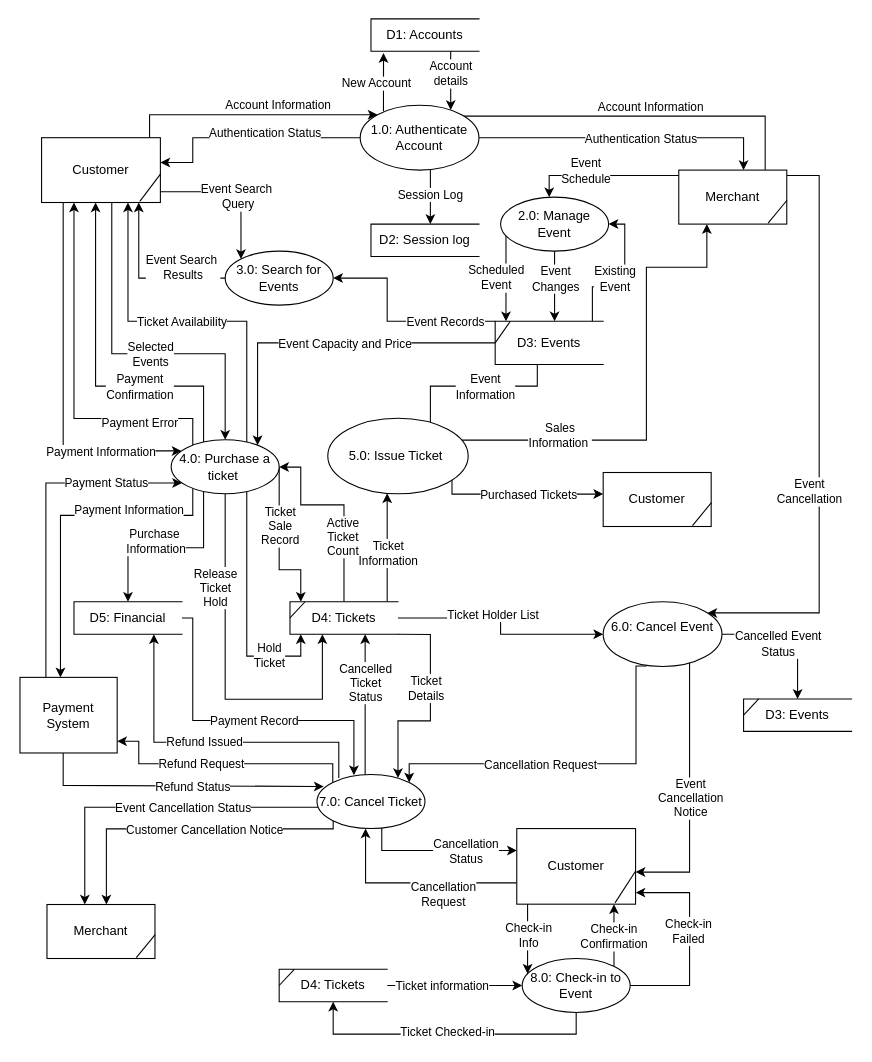
The draw.io diagram page "Level 1 Diagram" (2 of 10) of ITEC 630 DFD Ticket Mangement System .drawio in SteveWChang/UMGC-ITEC--630-Ticketing-System-Modeling-and-Analysis, before the edit. Source tidied: cells renumbered, new cells numbered last; positions are measured from the earlier drawing's top-left corner, leaving out a move shared by most shapes. Both pictures are drawn from the tidied source at 108%, with x=0, y=0 at pixel (19, 18).
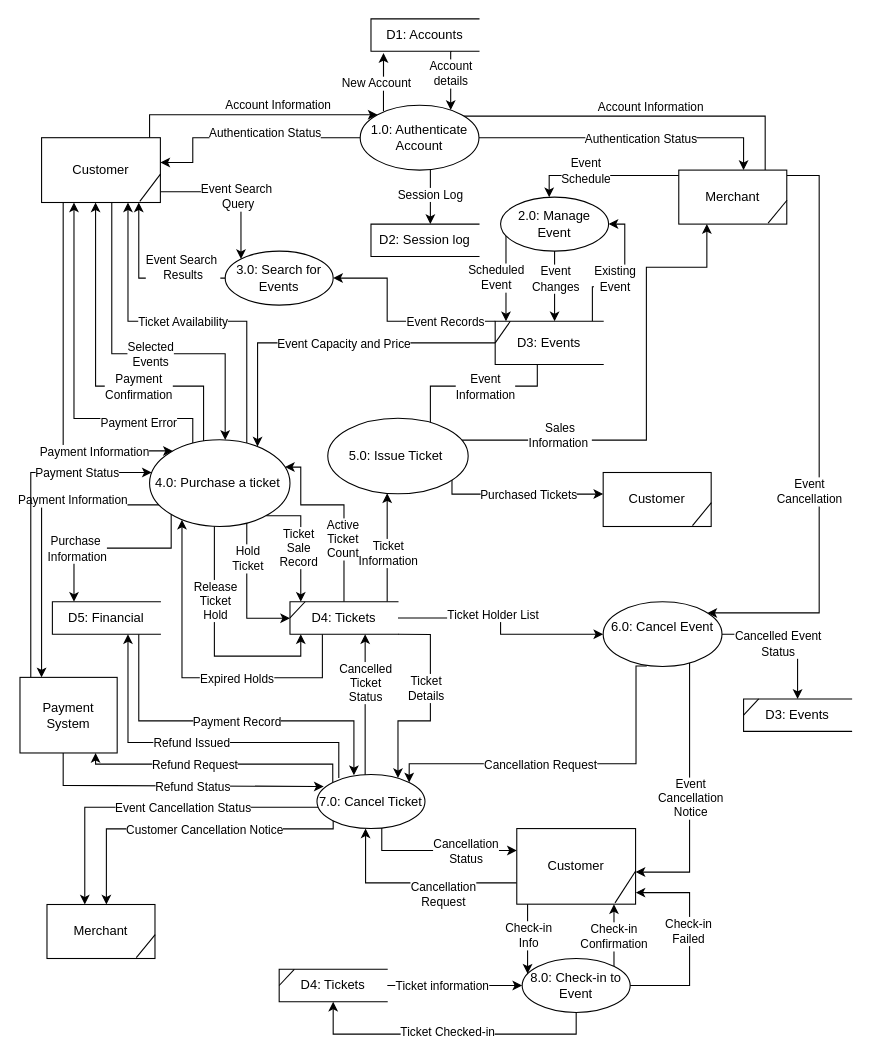
Above is the later version.

The change refers to these unchanged cells:
```xml
<mxCell id="42" value="Payment System" style="html=1;dashed=0;whiteSpace=wrap;" parent="1" vertex="1">
  <mxGeometry y="609.7" width="90" height="70" as="geometry" />
</mxCell>
<mxCell id="77" value="&lt;div&gt;7.0: Cancel Ticket&lt;/div&gt;" style="shape=ellipse;html=1;dashed=0;whiteSpace=wrap;perimeter=ellipsePerimeter;" parent="1" vertex="1">
  <mxGeometry x="275" y="699.7" width="100" height="50" as="geometry" />
</mxCell>
<mxCell id="131" value="D4: Tickets" style="html=1;dashed=0;whiteSpace=wrap;shape=partialRectangle;right=0;" parent="1" vertex="1">
  <mxGeometry x="250" y="539.7" width="100" height="30" as="geometry" />
</mxCell>
```

Diff of the diagram source:
```diff
@@
     <mxCell id="21" style="edgeStyle=orthogonalEdgeStyle;rounded=0;jettySize=auto;html=1;" parent="1" edge="1" source="33" target="45">
       <mxGeometry x="-0.67" relative="1" as="geometry">
         <Array as="points">
-          <mxPoint x="170" y="489.7" />
-          <mxPoint x="100" y="489.7" />
+          <mxPoint x="140" y="490" />
+          <mxPoint x="50" y="490" />
         </Array>
       </mxGeometry>
     </mxCell>
     <mxCell id="22" value="&lt;div&gt;Purchase&amp;nbsp;&lt;/div&gt;&lt;div&gt;Information&lt;/div&gt;" style="edgeLabel;html=1;align=center;verticalAlign=middle;" parent="21" vertex="1">
       <mxGeometry x="-0.44" y="2" relative="1" as="geometry">
-        <mxPoint x="-47" y="-2" as="offset" />
+        <mxPoint x="-71" y="-2" as="offset" />
       </mxGeometry>
     </mxCell>
     <mxCell id="23" style="edgeStyle=orthogonalEdgeStyle;rounded=0;jettySize=auto;html=1;strokeWidth=1;" parent="1" edge="1" source="33" target="42">
       <mxGeometry x="0.12" relative="1" as="geometry">
         <Array as="points">
-          <mxPoint x="160" y="459.7" />
-          <mxPoint x="37.5" y="459.7" />
+          <mxPoint x="150" y="450" />
+          <mxPoint x="20" y="450" />
         </Array>
       </mxGeometry>
     </mxCell>
@@
     <mxCell id="25" style="edgeStyle=orthogonalEdgeStyle;rounded=0;jettySize=auto;html=1;" parent="1" edge="1" source="33" target="131">
       <mxGeometry x="-0.61" relative="1" as="geometry">
         <Array as="points">
-          <mxPoint x="240" y="510" />
-          <mxPoint x="260" y="510" />
+          <mxPoint x="260" y="460" />
         </Array>
       </mxGeometry>
     </mxCell>
     <mxCell id="26" value="&lt;div&gt;Ticket&lt;/div&gt;&lt;div&gt;Sale&lt;/div&gt;&lt;div&gt;Record&lt;/div&gt;" style="edgeLabel;html=1;align=center;verticalAlign=middle;" parent="25" vertex="1">
       <mxGeometry x="-0.64" relative="1" as="geometry">
-        <mxPoint y="29" as="offset" />
+        <mxPoint x="10" y="29" as="offset" />
       </mxGeometry>
     </mxCell>
@@
     <mxCell id="29" style="edgeStyle=orthogonalEdgeStyle;rounded=0;jettySize=auto;html=1;" parent="1" edge="1" source="33" target="131">
       <mxGeometry relative="1" as="geometry">
         <Array as="points">
-          <mxPoint x="210" y="590" />
-          <mxPoint x="260" y="590" />
+          <mxPoint x="210" y="555" />
         </Array>
       </mxGeometry>
     </mxCell>
     <mxCell id="30" value="Hold&lt;div&gt;Ticket&lt;/div&gt;" style="edgeLabel;html=1;align=center;verticalAlign=middle;" parent="29" vertex="1">
       <mxGeometry x="-0.09" y="-1" relative="1" as="geometry">
-        <mxPoint x="21" y="51" as="offset" />
+        <mxPoint x="1" y="-25" as="offset" />
       </mxGeometry>
     </mxCell>
     <mxCell id="31" style="edgeStyle=orthogonalEdgeStyle;rounded=0;jettySize=auto;html=1;" parent="1" edge="1" source="33" target="131">
       <mxGeometry relative="1" as="geometry">
         <Array as="points">
-          <mxPoint x="190" y="630" />
-          <mxPoint x="280" y="630" />
+          <mxPoint x="180" y="590" />
+          <mxPoint x="260" y="590" />
         </Array>
       </mxGeometry>
     </mxCell>
     <mxCell id="32" value="Release&lt;div&gt;Ticket&lt;/div&gt;&lt;div&gt;Hold&lt;/div&gt;" style="edgeLabel;html=1;align=center;verticalAlign=middle;" parent="31" vertex="1">
       <mxGeometry x="-0.49" y="-2" relative="1" as="geometry">
-        <mxPoint x="-8" as="offset" />
+        <mxPoint x="2" y="13" as="offset" />
       </mxGeometry>
     </mxCell>
     <mxCell id="33" value="4.0: Purchase a ticket&amp;nbsp;" style="shape=ellipse;html=1;dashed=0;whiteSpace=wrap;perimeter=ellipsePerimeter;" parent="1" vertex="1">
-      <mxGeometry x="140" y="389.7" width="100" height="50" as="geometry" />
+      <mxGeometry x="120" y="389.7" width="130" height="80.3" as="geometry" />
     </mxCell>
@@
     <mxCell id="40" style="edgeStyle=orthogonalEdgeStyle;rounded=0;jettySize=auto;html=1;strokeWidth=1;" parent="1" edge="1" source="42" target="33">
       <mxGeometry x="0.04" relative="1" as="geometry">
         <Array as="points">
-          <mxPoint x="24" y="429.7" />
+          <mxPoint x="10" y="420" />
         </Array>
       </mxGeometry>
     </mxCell>
@@
     <mxCell id="43" style="edgeStyle=orthogonalEdgeStyle;rounded=0;jettySize=auto;html=1;entryX=0.342;entryY=0.011;entryDx=0;entryDy=0;entryPerimeter=0;" parent="1" edge="1" source="45" target="77">
       <mxGeometry x="-0.17" relative="1" as="geometry">
         <Array as="points">
-          <mxPoint x="160" y="649.7" />
-          <mxPoint x="309.2" y="649.7" />
+          <mxPoint x="110" y="650" />
+          <mxPoint x="309" y="650" />
         </Array>
       </mxGeometry>
     </mxCell>
@@
     <mxCell id="45" value="D5: Financial" style="html=1;dashed=0;whiteSpace=wrap;shape=partialRectangle;right=0;" parent="1" vertex="1">
-      <mxGeometry x="50" y="539.7" width="100" height="30" as="geometry" />
+      <mxGeometry x="30" y="539.7" width="100" height="30" as="geometry" />
     </mxCell>
@@
-    <mxCell id="69" style="edgeStyle=orthogonalEdgeStyle;rounded=0;jettySize=auto;html=1;entryX=1;entryY=0.846;entryDx=0;entryDy=0;exitX=0;exitY=0;exitDx=0;exitDy=0;entryPerimeter=0;" parent="1" edge="1" source="77" target="42">
+    <mxCell id="69" style="edgeStyle=orthogonalEdgeStyle;rounded=0;jettySize=auto;html=1;exitX=0;exitY=0;exitDx=0;exitDy=0;" parent="1" edge="1" source="77" target="42">
       <mxGeometry x="0.41" relative="1" as="geometry">
         <Array as="points">
-          <mxPoint x="289.6" y="689.7" />
-          <mxPoint x="110" y="689.7" />
-          <mxPoint x="110" y="668.9" />
+          <mxPoint x="290" y="690" />
+          <mxPoint x="70" y="690" />
         </Array>
       </mxGeometry>
     </mxCell>
@@
     <mxCell id="89" style="edgeStyle=orthogonalEdgeStyle;rounded=0;jettySize=auto;html=1;exitX=0.202;exitY=0.063;exitDx=0;exitDy=0;exitPerimeter=0;" parent="1" edge="1" source="77" target="45">
       <mxGeometry x="0.16" relative="1" as="geometry">
         <Array as="points">
-          <mxPoint x="295.2" y="669.7" />
-          <mxPoint x="124" y="669.7" />
+          <mxPoint x="295" y="670" />
+          <mxPoint x="100" y="670" />
         </Array>
       </mxGeometry>
     </mxCell>
@@
+    <mxCell id="139" style="edgeStyle=orthogonalEdgeStyle;rounded=0;jettySize=auto;html=1;" parent="1" edge="1" source="131" target="33">
+      <mxGeometry relative="1" as="geometry">
+        <Array as="points">
+          <mxPoint x="280" y="610" />
+          <mxPoint x="150" y="610" />
+        </Array>
+      </mxGeometry>
+    </mxCell>
+    <mxCell id="140" value="Expired Holds" style="edgeLabel;html=1;align=center;verticalAlign=middle;" parent="139" vertex="1">
+      <mxGeometry x="-0.31" y="-1" relative="1" as="geometry">
+        <mxPoint x="-11" y="1" as="offset" />
+      </mxGeometry>
+    </mxCell>
```
